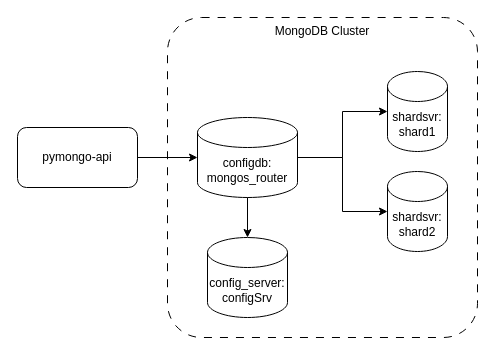
This is schemas/task1-1.drawio from mironsv/architecture-black_friday, a draw.io file, before an edit. Source tidied: cells renumbered, new cells numbered last; positions are measured from the earlier drawing's top-left corner, leaving out a move shared by most shapes. Both pictures are drawn from the tidied source at 100%, with x=0, y=0 at pixel (17, 17).
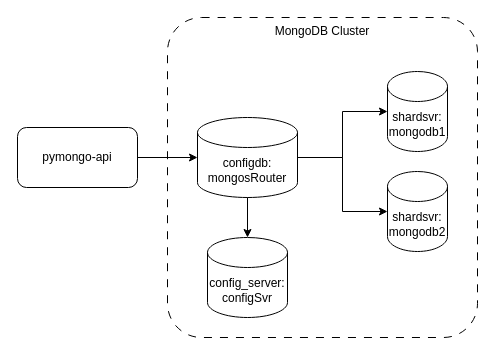
Above is the later version.

Commit message (it also covers changes not shown here):
Task2 Add mongo-sharding

Diff of the diagram source:
```diff
@@
 <mxGraphModel>
   <root>
     <mxCell id="0" />
     <mxCell id="1" parent="0" />
     <mxCell id="2" value="MongoDB Cluster" style="rounded=1;whiteSpace=wrap;html=1;fillColor=none;dashed=1;dashPattern=8 8;arcSize=11;verticalAlign=top;" parent="1" vertex="1">
       <mxGeometry x="150" width="310" height="320" as="geometry" />
     </mxCell>
     <mxCell id="3" style="edgeStyle=orthogonalEdgeStyle;rounded=0;jettySize=auto;html=1;" parent="1" edge="1" source="5" target="9">
       <mxGeometry relative="1" as="geometry" />
     </mxCell>
     <mxCell id="4" style="edgeStyle=orthogonalEdgeStyle;rounded=0;jettySize=auto;html=1;" parent="1" edge="1" source="5" target="8">
       <mxGeometry relative="1" as="geometry" />
     </mxCell>
-    <mxCell id="5" value="&lt;div&gt;configdb:&lt;br&gt;mongos_router&lt;/div&gt;" style="shape=cylinder3;whiteSpace=wrap;html=1;boundedLbl=1;backgroundOutline=1;size=15;" parent="1" vertex="1">
+    <mxCell id="5" value="&lt;div&gt;configdb:&lt;br&gt;mongosRouter&lt;/div&gt;" style="shape=cylinder3;whiteSpace=wrap;html=1;boundedLbl=1;backgroundOutline=1;size=15;" parent="1" vertex="1">
       <mxGeometry x="180" y="100" width="100" height="80" as="geometry" />
     </mxCell>
     <mxCell id="6" value="pymongo-api" style="rounded=1;whiteSpace=wrap;html=1;" parent="1" vertex="1">
       <mxGeometry y="110" width="120" height="60" as="geometry" />
     </mxCell>
     <mxCell id="7" style="edgeStyle=orthogonalEdgeStyle;rounded=0;jettySize=auto;html=1;exitX=1;exitY=0.5;exitDx=0;exitDy=0;entryX=0;entryY=0.5;entryDx=0;entryDy=0;entryPerimeter=0;" parent="1" edge="1" source="6" target="5">
       <mxGeometry relative="1" as="geometry" />
     </mxCell>
-    <mxCell id="8" value="&lt;div&gt;&lt;span style=&quot;background-color: transparent; color: light-dark(rgb(0, 0, 0), rgb(255, 255, 255));&quot;&gt;shardsvr&lt;/span&gt;:&lt;/div&gt;&lt;div&gt;shard2&lt;/div&gt;" style="shape=cylinder3;whiteSpace=wrap;html=1;boundedLbl=1;backgroundOutline=1;size=15;" parent="1" vertex="1">
+    <mxCell id="8" value="&lt;div&gt;&lt;span style=&quot;background-color: transparent; color: light-dark(rgb(0, 0, 0), rgb(255, 255, 255));&quot;&gt;shardsvr&lt;/span&gt;:&lt;/div&gt;&lt;div&gt;mongodb2&lt;/div&gt;" style="shape=cylinder3;whiteSpace=wrap;html=1;boundedLbl=1;backgroundOutline=1;size=15;" parent="1" vertex="1">
       <mxGeometry x="370" y="154" width="60" height="80" as="geometry" />
     </mxCell>
-    <mxCell id="9" value="&lt;div&gt;shardsvr:&lt;/div&gt;&lt;div&gt;shard1&lt;/div&gt;" style="shape=cylinder3;whiteSpace=wrap;html=1;boundedLbl=1;backgroundOutline=1;size=15;" parent="1" vertex="1">
+    <mxCell id="9" value="&lt;div&gt;shardsvr:&lt;/div&gt;&lt;div&gt;mongodb1&lt;/div&gt;" style="shape=cylinder3;whiteSpace=wrap;html=1;boundedLbl=1;backgroundOutline=1;size=15;" parent="1" vertex="1">
       <mxGeometry x="370" y="54" width="60" height="80" as="geometry" />
     </mxCell>
-    <mxCell id="10" value="&lt;div&gt;config_server:&lt;br&gt;configSrv&lt;/div&gt;" style="shape=cylinder3;whiteSpace=wrap;html=1;boundedLbl=1;backgroundOutline=1;size=15;" parent="1" vertex="1">
+    <mxCell id="10" value="&lt;div&gt;config_server:&lt;br&gt;configSvr&lt;/div&gt;" style="shape=cylinder3;whiteSpace=wrap;html=1;boundedLbl=1;backgroundOutline=1;size=15;" parent="1" vertex="1">
       <mxGeometry x="190" y="220" width="80" height="80" as="geometry" />
     </mxCell>
     <mxCell id="11" style="edgeStyle=orthogonalEdgeStyle;rounded=0;jettySize=auto;html=1;entryX=0.5;entryY=0;entryDx=0;entryDy=0;entryPerimeter=0;" parent="1" edge="1" source="5" target="10">
       <mxGeometry relative="1" as="geometry" />
     </mxCell>
   </root>
 </mxGraphModel>
```
